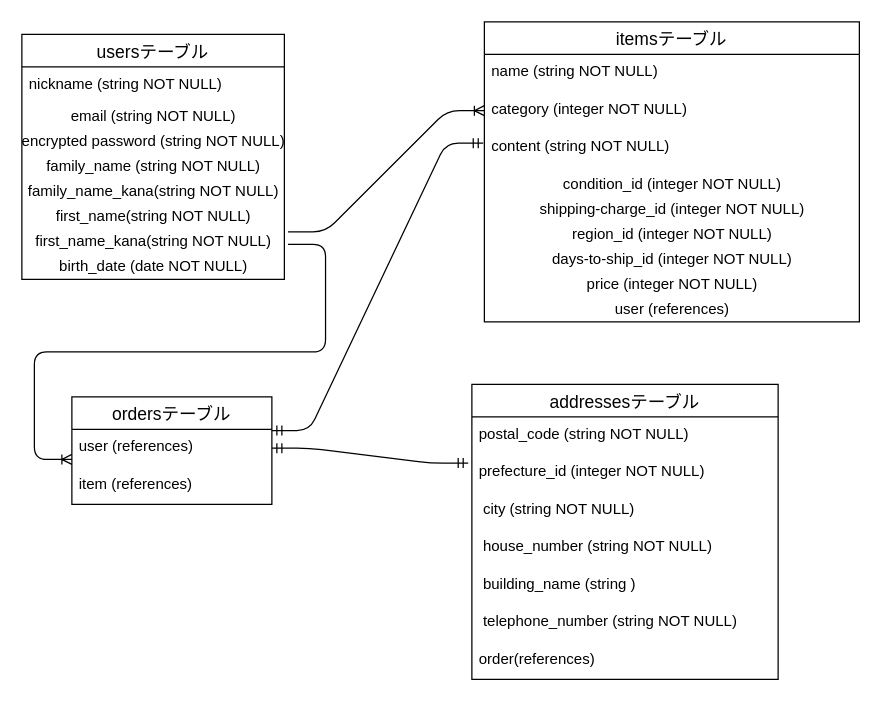
Shosuke1998/furima-36732 keeps this draw.io diagram as page "ページ1" (1 of 2) of furima.dio. Above is the earlier version. Source tidied: cells renumbered, new cells numbered last; positions are measured from the earlier drawing's top-left corner, leaving out a move shared by most shapes. Both pictures are drawn from the tidied source at 125%, with x=0, y=0 at pixel (21, 21).
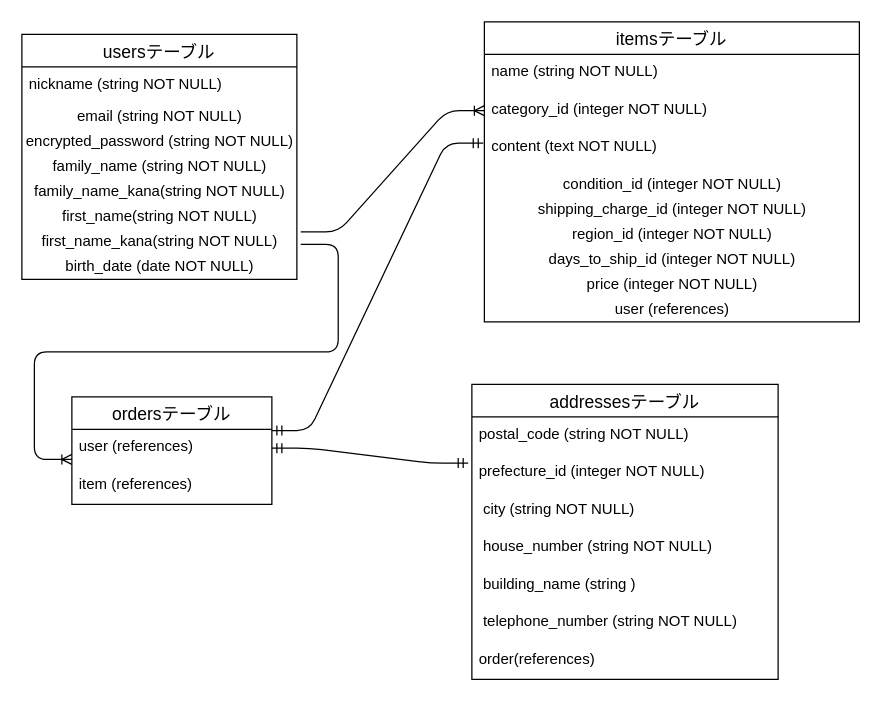
The same page after the edit.

Commit message (it also covers changes not shown here):
ER図とREADMEの編集5

Unchanged cells that the change refers to:
```xml
<mxCell id="11" value="itemsテーブル" style="swimlane;fontStyle=0;horizontal=1;startSize=26;align=center;fontSize=14;" parent="1" vertex="1">
  <mxGeometry x="370" width="300" height="240" as="geometry" />
</mxCell>
```

Diff of the diagram source:
```diff
@@
     <mxCell id="2" value="usersテーブル" style="swimlane;fontStyle=0;horizontal=1;startSize=26;align=center;fontSize=14;" parent="1" vertex="1">
-      <mxGeometry y="10" width="210" height="196" as="geometry" />
+      <mxGeometry y="10" width="220" height="196" as="geometry" />
     </mxCell>
     <mxCell id="3" value="nickname (string NOT NULL)" style="text;strokeColor=none;fillColor=none;spacingLeft=4;spacingRight=4;overflow=hidden;fontSize=12;" parent="2" vertex="1">
-      <mxGeometry y="26" width="210" height="30" as="geometry" />
+      <mxGeometry y="26" width="220" height="30" as="geometry" />
     </mxCell>
     <mxCell id="4" value="email (string NOT NULL)" style="text;html=1;align=center;verticalAlign=middle;fillColor=none;strokeColor=none;rounded=0;" parent="2" vertex="1">
-      <mxGeometry y="56" width="210" height="20" as="geometry" />
+      <mxGeometry y="56" width="220" height="20" as="geometry" />
     </mxCell>
-    <mxCell id="5" value="encrypted password (string NOT NULL)" style="text;html=1;align=center;verticalAlign=middle;fillColor=none;strokeColor=none;rounded=0;" parent="2" vertex="1">
-      <mxGeometry y="76" width="210" height="20" as="geometry" />
+    <mxCell id="5" value="encrypted_password (string NOT NULL)" style="text;html=1;align=center;verticalAlign=middle;fillColor=none;strokeColor=none;rounded=0;" parent="2" vertex="1">
+      <mxGeometry y="76" width="220" height="20" as="geometry" />
     </mxCell>
     <mxCell id="6" value="family_name (string NOT NULL)" style="text;html=1;align=center;verticalAlign=middle;fillColor=none;strokeColor=none;rounded=0;" parent="2" vertex="1">
-      <mxGeometry y="96" width="210" height="20" as="geometry" />
+      <mxGeometry y="96" width="220" height="20" as="geometry" />
     </mxCell>
     <mxCell id="7" value="family_name_kana(string NOT NULL)" style="text;html=1;align=center;verticalAlign=middle;fillColor=none;strokeColor=none;rounded=0;" parent="2" vertex="1">
-      <mxGeometry y="116" width="210" height="20" as="geometry" />
+      <mxGeometry y="116" width="220" height="20" as="geometry" />
     </mxCell>
     <mxCell id="8" value="first_name(string NOT NULL)" style="text;html=1;align=center;verticalAlign=middle;fillColor=none;strokeColor=none;rounded=0;" parent="2" vertex="1">
-      <mxGeometry y="136" width="210" height="20" as="geometry" />
+      <mxGeometry y="136" width="220" height="20" as="geometry" />
     </mxCell>
     <mxCell id="9" value="first_name_kana(string NOT NULL)" style="text;html=1;align=center;verticalAlign=middle;points=[];fillColor=none;strokeColor=none;rounded=0;" parent="2" vertex="1">
-      <mxGeometry y="156" width="210" height="20" as="geometry" />
+      <mxGeometry y="156" width="220" height="20" as="geometry" />
     </mxCell>
     <mxCell id="10" value="birth_date (date NOT NULL)" style="text;html=1;align=center;verticalAlign=middle;fillColor=none;strokeColor=none;rounded=0;" parent="2" vertex="1">
-      <mxGeometry y="176" width="210" height="20" as="geometry" />
+      <mxGeometry y="176" width="220" height="20" as="geometry" />
     </mxCell>
@@
-    <mxCell id="13" value="category (integer NOT NULL)" style="text;strokeColor=none;fillColor=none;spacingLeft=4;spacingRight=4;overflow=hidden;points=[[0,0.5],[1,0.5]];portConstraint=eastwest;fontSize=12;" parent="11" vertex="1">
+    <mxCell id="13" value="category_id (integer NOT NULL)" style="text;strokeColor=none;fillColor=none;spacingLeft=4;spacingRight=4;overflow=hidden;points=[[0,0.5],[1,0.5]];portConstraint=eastwest;fontSize=12;" parent="11" vertex="1">
       <mxGeometry y="56" width="300" height="30" as="geometry" />
     </mxCell>
-    <mxCell id="14" value="content (string NOT NULL)" style="text;strokeColor=none;fillColor=none;spacingLeft=4;spacingRight=4;overflow=hidden;points=[[0,0.5],[1,0.5]];portConstraint=eastwest;fontSize=12;" parent="11" vertex="1">
+    <mxCell id="14" value="content (text NOT NULL)" style="text;strokeColor=none;fillColor=none;spacingLeft=4;spacingRight=4;overflow=hidden;points=[[0,0.5],[1,0.5]];portConstraint=eastwest;fontSize=12;" parent="11" vertex="1">
       <mxGeometry y="86" width="300" height="34" as="geometry" />
     </mxCell>
@@
-    <mxCell id="16" value="shipping-charge_id (integer NOT NULL)" style="text;html=1;align=center;verticalAlign=middle;fillColor=none;strokeColor=none;rounded=0;" parent="11" vertex="1">
+    <mxCell id="16" value="shipping_charge_id (integer NOT NULL)" style="text;html=1;align=center;verticalAlign=middle;fillColor=none;strokeColor=none;rounded=0;" parent="11" vertex="1">
       <mxGeometry y="140" width="300" height="20" as="geometry" />
     </mxCell>
@@
-    <mxCell id="18" value="days-to-ship_id (integer NOT NULL)" style="text;html=1;align=center;verticalAlign=middle;fillColor=none;strokeColor=none;rounded=0;" parent="11" vertex="1">
+    <mxCell id="18" value="days_to_ship_id (integer NOT NULL)" style="text;html=1;align=center;verticalAlign=middle;fillColor=none;strokeColor=none;rounded=0;" parent="11" vertex="1">
       <mxGeometry y="180" width="300" height="20" as="geometry" />
     </mxCell>
```
